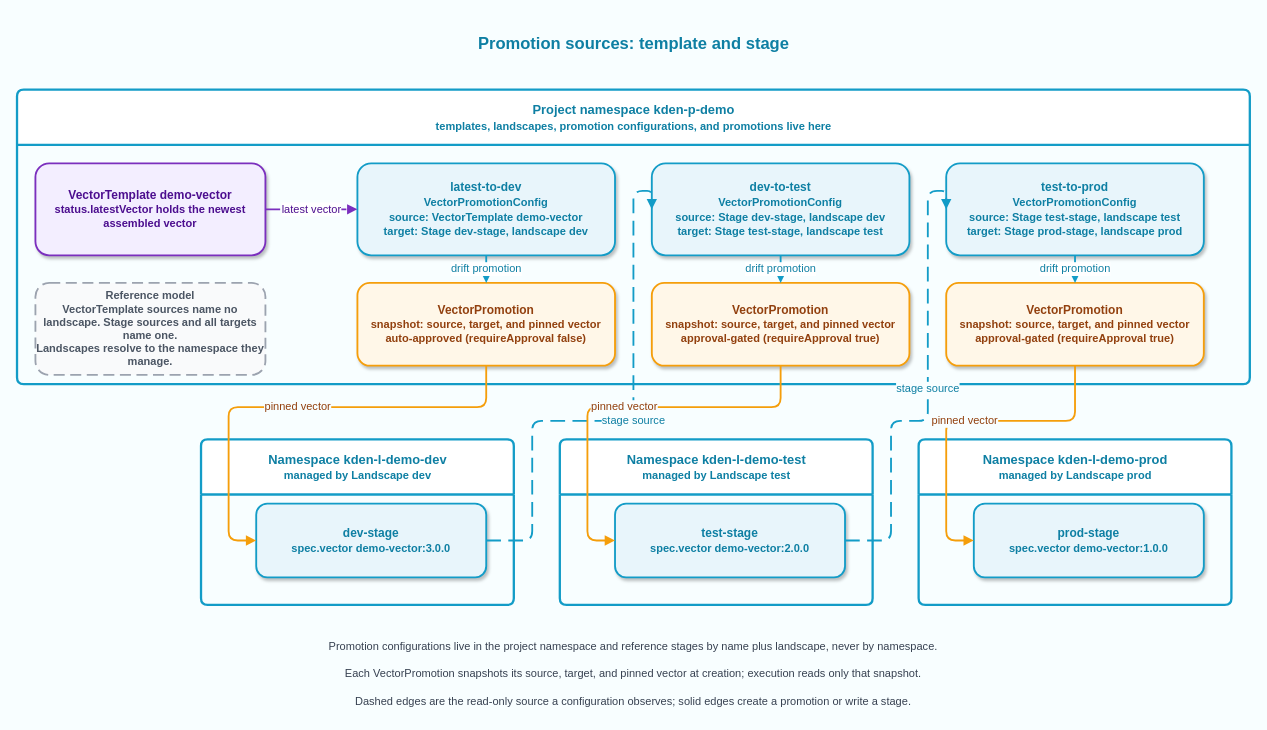
konfidence-project/konfidence-docs keeps this draw.io diagram as public/assets/diagrams/promotion-sources.drawio. Above is the earlier version. Source tidied: cells renumbered, new cells numbered last; positions are measured from the earlier drawing's top-left corner, leaving out a move shared by most shapes. Both pictures are drawn from the tidied source at 92%, with x=0, y=0 at pixel (17, 25).
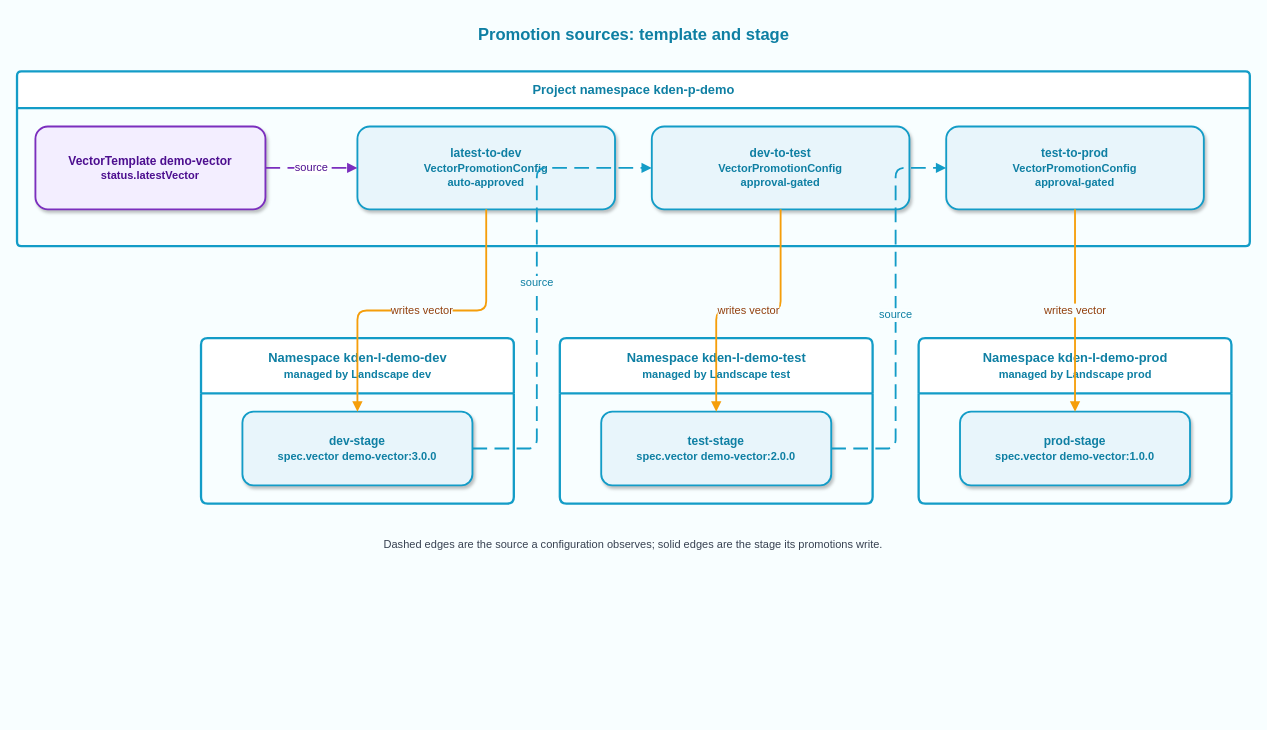
The same page after the edit.

Commit message (it also covers changes not shown here):
docs(core-concepts): address review on the promotions concept page

What changed in the source:
```diff
@@
     <mxCell id="2" value="&lt;b&gt;&lt;font style=&quot;font-size: 18px;&quot;&gt;Promotion sources: template and stage&lt;/font&gt;&lt;/b&gt;" style="text;html=1;strokeColor=none;fillColor=none;align=center;verticalAlign=middle;fontColor=#0E7FA3;" parent="1" vertex="1">
-      <mxGeometry x="430" width="480" height="40" as="geometry" />
+      <mxGeometry x="430" y="-10" width="480" height="40" as="geometry" />
     </mxCell>
-    <mxCell id="3" value="&lt;b&gt;Project namespace kden-p-demo&lt;/b&gt;&lt;div&gt;&lt;font style=&quot;font-size: 12px;&quot;&gt;templates, landscapes, promotion configurations, and promotions live here&lt;/font&gt;&lt;/div&gt;" style="swimlane;startSize=60;fillColor=#FFFFFF;strokeColor=#139CC7;strokeWidth=2.5;fontSize=14;fontColor=#0E7FA3;fontStyle=1;rounded=1;arcSize=4;html=1;" parent="1" vertex="1">
-      <mxGeometry y="70" width="1340" height="320" as="geometry" />
+    <mxCell id="3" value="&lt;b&gt;Project namespace kden-p-demo&lt;/b&gt;" style="swimlane;startSize=40;fillColor=#FFFFFF;strokeColor=#139CC7;strokeWidth=2.5;fontSize=14;fontColor=#0E7FA3;fontStyle=1;rounded=1;arcSize=4;html=1;" parent="1" vertex="1">
+      <mxGeometry y="50" width="1340" height="190" as="geometry" />
     </mxCell>
-    <mxCell id="4" value="&lt;b&gt;VectorTemplate demo-vector&lt;/b&gt;&lt;div&gt;&lt;font style=&quot;font-size: 12px;&quot;&gt;status.latestVector holds the newest assembled vector&lt;/font&gt;&lt;/div&gt;" style="rounded=1;arcSize=15;whiteSpace=wrap;html=1;fillColor=#F3EEFF;strokeColor=#7B2FBE;strokeWidth=2;fontSize=13;fontColor=#4C0E8F;fontStyle=1;shadow=1;" parent="3" vertex="1">
-      <mxGeometry x="20" y="80" width="250" height="100" as="geometry" />
+    <mxCell id="4" value="&lt;b&gt;VectorTemplate demo-vector&lt;/b&gt;&lt;div&gt;&lt;font style=&quot;font-size: 12px;&quot;&gt;status.latestVector&lt;/font&gt;&lt;/div&gt;" style="rounded=1;arcSize=15;whiteSpace=wrap;html=1;fillColor=#F3EEFF;strokeColor=#7B2FBE;strokeWidth=2;fontSize=13;fontColor=#4C0E8F;fontStyle=1;shadow=1;" parent="3" vertex="1">
+      <mxGeometry x="20" y="60" width="250" height="90" as="geometry" />
     </mxCell>
-    <mxCell id="5" value="&lt;b&gt;latest-to-dev&lt;/b&gt;&lt;div&gt;&lt;font style=&quot;font-size: 12px;&quot;&gt;VectorPromotionConfig&lt;/font&gt;&lt;/div&gt;&lt;div&gt;&lt;font style=&quot;font-size: 12px;&quot;&gt;source: VectorTemplate demo-vector&lt;/font&gt;&lt;/div&gt;&lt;div&gt;&lt;font style=&quot;font-size: 12px;&quot;&gt;target: Stage dev-stage, landscape dev&lt;/font&gt;&lt;/div&gt;" style="rounded=1;arcSize=15;whiteSpace=wrap;html=1;fillColor=#E8F5FB;strokeColor=#139CC7;strokeWidth=2;fontSize=13;fontColor=#0E7FA3;fontStyle=1;shadow=1;" parent="3" vertex="1">
-      <mxGeometry x="370" y="80" width="280" height="100" as="geometry" />
+    <mxCell id="5" value="&lt;b&gt;latest-to-dev&lt;/b&gt;&lt;div&gt;&lt;font style=&quot;font-size: 12px;&quot;&gt;VectorPromotionConfig&lt;/font&gt;&lt;/div&gt;&lt;div&gt;&lt;font style=&quot;font-size: 12px;&quot;&gt;auto-approved&lt;/font&gt;&lt;/div&gt;" style="rounded=1;arcSize=15;whiteSpace=wrap;html=1;fillColor=#E8F5FB;strokeColor=#139CC7;strokeWidth=2;fontSize=13;fontColor=#0E7FA3;fontStyle=1;shadow=1;" parent="3" vertex="1">
+      <mxGeometry x="370" y="60" width="280" height="90" as="geometry" />
     </mxCell>
-    <mxCell id="6" value="&lt;b&gt;dev-to-test&lt;/b&gt;&lt;div&gt;&lt;font style=&quot;font-size: 12px;&quot;&gt;VectorPromotionConfig&lt;/font&gt;&lt;/div&gt;&lt;div&gt;&lt;font style=&quot;font-size: 12px;&quot;&gt;source: Stage dev-stage, landscape dev&lt;/font&gt;&lt;/div&gt;&lt;div&gt;&lt;font style=&quot;font-size: 12px;&quot;&gt;target: Stage test-stage, landscape test&lt;/font&gt;&lt;/div&gt;" style="rounded=1;arcSize=15;whiteSpace=wrap;html=1;fillColor=#E8F5FB;strokeColor=#139CC7;strokeWidth=2;fontSize=13;fontColor=#0E7FA3;fontStyle=1;shadow=1;" parent="3" vertex="1">
-      <mxGeometry x="690" y="80" width="280" height="100" as="geometry" />
+    <mxCell id="6" value="&lt;b&gt;dev-to-test&lt;/b&gt;&lt;div&gt;&lt;font style=&quot;font-size: 12px;&quot;&gt;VectorPromotionConfig&lt;/font&gt;&lt;/div&gt;&lt;div&gt;&lt;font style=&quot;font-size: 12px;&quot;&gt;approval-gated&lt;/font&gt;&lt;/div&gt;" style="rounded=1;arcSize=15;whiteSpace=wrap;html=1;fillColor=#E8F5FB;strokeColor=#139CC7;strokeWidth=2;fontSize=13;fontColor=#0E7FA3;fontStyle=1;shadow=1;" parent="3" vertex="1">
+      <mxGeometry x="690" y="60" width="280" height="90" as="geometry" />
     </mxCell>
-    <mxCell id="7" value="&lt;b&gt;test-to-prod&lt;/b&gt;&lt;div&gt;&lt;font style=&quot;font-size: 12px;&quot;&gt;VectorPromotionConfig&lt;/font&gt;&lt;/div&gt;&lt;div&gt;&lt;font style=&quot;font-size: 12px;&quot;&gt;source: Stage test-stage, landscape test&lt;/font&gt;&lt;/div&gt;&lt;div&gt;&lt;font style=&quot;font-size: 12px;&quot;&gt;target: Stage prod-stage, landscape prod&lt;/font&gt;&lt;/div&gt;" style="rounded=1;arcSize=15;whiteSpace=wrap;html=1;fillColor=#E8F5FB;strokeColor=#139CC7;strokeWidth=2;fontSize=13;fontColor=#0E7FA3;fontStyle=1;shadow=1;" parent="3" vertex="1">
-      <mxGeometry x="1010" y="80" width="280" height="100" as="geometry" />
+    <mxCell id="7" value="&lt;b&gt;test-to-prod&lt;/b&gt;&lt;div&gt;&lt;font style=&quot;font-size: 12px;&quot;&gt;VectorPromotionConfig&lt;/font&gt;&lt;/div&gt;&lt;div&gt;&lt;font style=&quot;font-size: 12px;&quot;&gt;approval-gated&lt;/font&gt;&lt;/div&gt;" style="rounded=1;arcSize=15;whiteSpace=wrap;html=1;fillColor=#E8F5FB;strokeColor=#139CC7;strokeWidth=2;fontSize=13;fontColor=#0E7FA3;fontStyle=1;shadow=1;" parent="3" vertex="1">
+      <mxGeometry x="1010" y="60" width="280" height="90" as="geometry" />
     </mxCell>
-    <mxCell id="8" value="&lt;b&gt;Reference model&lt;/b&gt;&lt;div&gt;&lt;font style=&quot;font-size: 12px;&quot;&gt;VectorTemplate sources name no landscape. Stage sources and all targets name one.&lt;/font&gt;&lt;/div&gt;&lt;div&gt;&lt;font style=&quot;font-size: 12px;&quot;&gt;Landscapes resolve to the namespace they manage.&lt;/font&gt;&lt;/div&gt;" style="rounded=1;arcSize=15;whiteSpace=wrap;html=1;fillColor=#F9FAFB;strokeColor=#9CA3AF;strokeWidth=2;dashed=1;dashPattern=6 3;fontSize=12;fontColor=#4B5563;fontStyle=1;" parent="3" vertex="1">
-      <mxGeometry x="20" y="210" width="250" height="100" as="geometry" />
-    </mxCell>
-    <mxCell id="9" value="&lt;b&gt;VectorPromotion&lt;/b&gt;&lt;div&gt;&lt;font style=&quot;font-size: 12px;&quot;&gt;snapshot: source, target, and pinned vector&lt;/font&gt;&lt;/div&gt;&lt;div&gt;&lt;font style=&quot;font-size: 12px;&quot;&gt;auto-approved (requireApproval false)&lt;/font&gt;&lt;/div&gt;" style="rounded=1;arcSize=15;whiteSpace=wrap;html=1;fillColor=#FFF7E8;strokeColor=#F59E0B;strokeWidth=2;fontSize=13;fontColor=#92400E;fontStyle=1;shadow=1;" parent="3" vertex="1">
-      <mxGeometry x="370" y="210" width="280" height="90" as="geometry" />
-    </mxCell>
-    <mxCell id="10" value="&lt;b&gt;VectorPromotion&lt;/b&gt;&lt;div&gt;&lt;font style=&quot;font-size: 12px;&quot;&gt;snapshot: source, target, and pinned vector&lt;/font&gt;&lt;/div&gt;&lt;div&gt;&lt;font style=&quot;font-size: 12px;&quot;&gt;approval-gated (requireApproval true)&lt;/font&gt;&lt;/div&gt;" style="rounded=1;arcSize=15;whiteSpace=wrap;html=1;fillColor=#FFF7E8;strokeColor=#F59E0B;strokeWidth=2;fontSize=13;fontColor=#92400E;fontStyle=1;shadow=1;" parent="3" vertex="1">
-      <mxGeometry x="690" y="210" width="280" height="90" as="geometry" />
-    </mxCell>
-    <mxCell id="11" value="&lt;b&gt;VectorPromotion&lt;/b&gt;&lt;div&gt;&lt;font style=&quot;font-size: 12px;&quot;&gt;snapshot: source, target, and pinned vector&lt;/font&gt;&lt;/div&gt;&lt;div&gt;&lt;font style=&quot;font-size: 12px;&quot;&gt;approval-gated (requireApproval true)&lt;/font&gt;&lt;/div&gt;" style="rounded=1;arcSize=15;whiteSpace=wrap;html=1;fillColor=#FFF7E8;strokeColor=#F59E0B;strokeWidth=2;fontSize=13;fontColor=#92400E;fontStyle=1;shadow=1;" parent="3" vertex="1">
-      <mxGeometry x="1010" y="210" width="280" height="90" as="geometry" />
-    </mxCell>
     <mxCell id="12" value="&lt;b&gt;Namespace kden-l-demo-dev&lt;/b&gt;&lt;div&gt;&lt;font style=&quot;font-size: 12px;&quot;&gt;managed by Landscape dev&lt;/font&gt;&lt;/div&gt;" style="swimlane;startSize=60;fillColor=#FFFFFF;strokeColor=#139CC7;strokeWidth=2.5;fontSize=14;fontColor=#0E7FA3;fontStyle=1;rounded=1;arcSize=4;html=1;" parent="1" vertex="1">
-      <mxGeometry x="200" y="450" width="340" height="180" as="geometry" />
+      <mxGeometry x="200" y="340" width="340" height="180" as="geometry" />
     </mxCell>
     <mxCell id="13" value="&lt;b&gt;dev-stage&lt;/b&gt;&lt;div&gt;&lt;font style=&quot;font-size: 12px;&quot;&gt;spec.vector demo-vector:3.0.0&lt;/font&gt;&lt;/div&gt;" style="rounded=1;arcSize=15;whiteSpace=wrap;html=1;fillColor=#E8F5FB;strokeColor=#139CC7;strokeWidth=2;fontSize=13;fontColor=#0E7FA3;fontStyle=1;shadow=1;" parent="12" vertex="1">
-      <mxGeometry x="60" y="70" width="250" height="80" as="geometry" />
+      <mxGeometry x="45" y="80" width="250" height="80" as="geometry" />
     </mxCell>
     <mxCell id="14" value="&lt;b&gt;Namespace kden-l-demo-test&lt;/b&gt;&lt;div&gt;&lt;font style=&quot;font-size: 12px;&quot;&gt;managed by Landscape test&lt;/font&gt;&lt;/div&gt;" style="swimlane;startSize=60;fillColor=#FFFFFF;strokeColor=#139CC7;strokeWidth=2.5;fontSize=14;fontColor=#0E7FA3;fontStyle=1;rounded=1;arcSize=4;html=1;" parent="1" vertex="1">
-      <mxGeometry x="590" y="450" width="340" height="180" as="geometry" />
+      <mxGeometry x="590" y="340" width="340" height="180" as="geometry" />
     </mxCell>
     <mxCell id="15" value="&lt;b&gt;test-stage&lt;/b&gt;&lt;div&gt;&lt;font style=&quot;font-size: 12px;&quot;&gt;spec.vector demo-vector:2.0.0&lt;/font&gt;&lt;/div&gt;" style="rounded=1;arcSize=15;whiteSpace=wrap;html=1;fillColor=#E8F5FB;strokeColor=#139CC7;strokeWidth=2;fontSize=13;fontColor=#0E7FA3;fontStyle=1;shadow=1;" parent="14" vertex="1">
-      <mxGeometry x="60" y="70" width="250" height="80" as="geometry" />
+      <mxGeometry x="45" y="80" width="250" height="80" as="geometry" />
     </mxCell>
     <mxCell id="16" value="&lt;b&gt;Namespace kden-l-demo-prod&lt;/b&gt;&lt;div&gt;&lt;font style=&quot;font-size: 12px;&quot;&gt;managed by Landscape prod&lt;/font&gt;&lt;/div&gt;" style="swimlane;startSize=60;fillColor=#FFFFFF;strokeColor=#139CC7;strokeWidth=2.5;fontSize=14;fontColor=#0E7FA3;fontStyle=1;rounded=1;arcSize=4;html=1;" parent="1" vertex="1">
-      <mxGeometry x="980" y="450" width="340" height="180" as="geometry" />
+      <mxGeometry x="980" y="340" width="340" height="180" as="geometry" />
     </mxCell>
     <mxCell id="17" value="&lt;b&gt;prod-stage&lt;/b&gt;&lt;div&gt;&lt;font style=&quot;font-size: 12px;&quot;&gt;spec.vector demo-vector:1.0.0&lt;/font&gt;&lt;/div&gt;" style="rounded=1;arcSize=15;whiteSpace=wrap;html=1;fillColor=#E8F5FB;strokeColor=#139CC7;strokeWidth=2;fontSize=13;fontColor=#0E7FA3;fontStyle=1;shadow=1;" parent="16" vertex="1">
-      <mxGeometry x="60" y="70" width="250" height="80" as="geometry" />
+      <mxGeometry x="45" y="80" width="250" height="80" as="geometry" />
     </mxCell>
-    <mxCell id="18" value="latest vector" style="endArrow=block;endFill=1;dashed=1;dashPattern=8 4;strokeColor=#7B2FBE;strokeWidth=2;fontSize=12;fontColor=#4C0E8F;html=1;edgeStyle=orthogonalEdgeStyle;labelBackgroundColor=#FFFFFF;exitX=1;exitY=0.5;exitDx=0;exitDy=0;entryX=0;entryY=0.5;entryDx=0;entryDy=0;" parent="1" edge="1" source="4" target="5">
+    <mxCell id="18" value="source" style="endArrow=block;endFill=1;dashed=1;dashPattern=8 4;strokeColor=#7B2FBE;strokeWidth=2;fontSize=12;fontColor=#4C0E8F;html=1;edgeStyle=orthogonalEdgeStyle;labelBackgroundColor=#FFFFFF;exitX=1;exitY=0.5;exitDx=0;exitDy=0;entryX=0;entryY=0.5;entryDx=0;entryDy=0;" parent="1" edge="1" source="4" target="5">
       <mxGeometry relative="1" as="geometry" />
     </mxCell>
-    <mxCell id="19" value="drift promotion" style="endArrow=block;endFill=1;strokeColor=#139CC7;strokeWidth=2;fontSize=12;fontColor=#0E7FA3;html=1;edgeStyle=orthogonalEdgeStyle;labelBackgroundColor=#FFFFFF;exitX=0.5;exitY=1;exitDx=0;exitDy=0;entryX=0.5;entryY=0;entryDx=0;entryDy=0;" parent="1" edge="1" source="5" target="9">
-      <mxGeometry relative="1" as="geometry" />
-    </mxCell>
-    <mxCell id="20" value="pinned vector" style="endArrow=block;endFill=1;strokeColor=#F59E0B;strokeWidth=2;fontSize=12;fontColor=#92400E;html=1;edgeStyle=orthogonalEdgeStyle;rounded=1;labelBackgroundColor=#F8FEFF;exitX=0.5;exitY=1;exitDx=0;exitDy=0;entryX=0;entryY=0.5;entryDx=0;entryDy=0;" parent="1" edge="1" source="9" target="13">
-      <mxGeometry relative="1" as="geometry">
-        <Array as="points">
-          <mxPoint x="510" y="415" />
-          <mxPoint x="230" y="415" />
-        </Array>
-      </mxGeometry>
-    </mxCell>
+    <mxCell id="30" value="writes vector" style="endArrow=block;endFill=1;strokeColor=#F59E0B;strokeWidth=2;fontSize=12;fontColor=#92400E;html=1;edgeStyle=orthogonalEdgeStyle;rounded=1;labelBackgroundColor=#F8FEFF;exitX=0.5;exitY=1;exitDx=0;exitDy=0;entryX=0.5;entryY=0;entryDx=0;entryDy=0;" parent="1" edge="1" source="5" target="13">
+      <mxGeometry relative="1" as="geometry" />
+    </mxCell>
-    <mxCell id="21" value="stage source" style="endArrow=block;endFill=1;dashed=1;dashPattern=8 4;strokeColor=#139CC7;strokeWidth=2;fontSize=12;fontColor=#0E7FA3;html=1;edgeStyle=orthogonalEdgeStyle;rounded=1;labelBackgroundColor=#F8FEFF;exitX=1;exitY=0.5;exitDx=0;exitDy=0;entryX=0;entryY=0.5;entryDx=0;entryDy=0;" parent="1" edge="1" source="13" target="6">
+    <mxCell id="21" value="source" style="endArrow=block;endFill=1;dashed=1;dashPattern=8 4;strokeColor=#139CC7;strokeWidth=2;fontSize=12;fontColor=#0E7FA3;html=1;edgeStyle=orthogonalEdgeStyle;rounded=1;labelBackgroundColor=#F8FEFF;exitX=1;exitY=0.5;exitDx=0;exitDy=0;entryX=0;entryY=0.5;entryDx=0;entryDy=0;" parent="1" edge="1" source="13" target="6">
       <mxGeometry relative="1" as="geometry">
         <Array as="points">
-          <mxPoint x="560" y="560" />
-          <mxPoint x="560" y="430" />
-          <mxPoint x="670" y="430" />
-          <mxPoint x="670" y="180" />
+          <mxPoint x="565" y="460" />
+          <mxPoint x="565" y="155" />
         </Array>
       </mxGeometry>
     </mxCell>
-    <mxCell id="22" value="drift promotion" style="endArrow=block;endFill=1;strokeColor=#139CC7;strokeWidth=2;fontSize=12;fontColor=#0E7FA3;html=1;edgeStyle=orthogonalEdgeStyle;labelBackgroundColor=#FFFFFF;exitX=0.5;exitY=1;exitDx=0;exitDy=0;entryX=0.5;entryY=0;entryDx=0;entryDy=0;" parent="1" edge="1" source="6" target="10">
-      <mxGeometry relative="1" as="geometry" />
-    </mxCell>
-    <mxCell id="23" value="pinned vector" style="endArrow=block;endFill=1;strokeColor=#F59E0B;strokeWidth=2;fontSize=12;fontColor=#92400E;html=1;edgeStyle=orthogonalEdgeStyle;rounded=1;labelBackgroundColor=#F8FEFF;exitX=0.5;exitY=1;exitDx=0;exitDy=0;entryX=0;entryY=0.5;entryDx=0;entryDy=0;" parent="1" edge="1" source="10" target="15">
-      <mxGeometry relative="1" as="geometry">
-        <Array as="points">
-          <mxPoint x="830" y="415" />
-          <mxPoint x="620" y="415" />
-        </Array>
-      </mxGeometry>
-    </mxCell>
+    <mxCell id="31" value="writes vector" style="endArrow=block;endFill=1;strokeColor=#F59E0B;strokeWidth=2;fontSize=12;fontColor=#92400E;html=1;edgeStyle=orthogonalEdgeStyle;rounded=1;labelBackgroundColor=#F8FEFF;exitX=0.5;exitY=1;exitDx=0;exitDy=0;entryX=0.5;entryY=0;entryDx=0;entryDy=0;" parent="1" edge="1" source="6" target="15">
+      <mxGeometry relative="1" as="geometry" />
+    </mxCell>
-    <mxCell id="24" value="stage source" style="endArrow=block;endFill=1;dashed=1;dashPattern=8 4;strokeColor=#139CC7;strokeWidth=2;fontSize=12;fontColor=#0E7FA3;html=1;edgeStyle=orthogonalEdgeStyle;rounded=1;labelBackgroundColor=#F8FEFF;exitX=1;exitY=0.5;exitDx=0;exitDy=0;entryX=0;entryY=0.5;entryDx=0;entryDy=0;" parent="1" edge="1" source="15" target="7">
+    <mxCell id="24" value="source" style="endArrow=block;endFill=1;dashed=1;dashPattern=8 4;strokeColor=#139CC7;strokeWidth=2;fontSize=12;fontColor=#0E7FA3;html=1;edgeStyle=orthogonalEdgeStyle;rounded=1;labelBackgroundColor=#F8FEFF;exitX=1;exitY=0.5;exitDx=0;exitDy=0;entryX=0;entryY=0.5;entryDx=0;entryDy=0;" parent="1" edge="1" source="15" target="7">
       <mxGeometry relative="1" as="geometry">
         <Array as="points">
-          <mxPoint x="950" y="560" />
-          <mxPoint x="950" y="430" />
-          <mxPoint x="990" y="430" />
-          <mxPoint x="990" y="180" />
+          <mxPoint x="955" y="460" />
+          <mxPoint x="955" y="155" />
         </Array>
       </mxGeometry>
     </mxCell>
-    <mxCell id="25" value="drift promotion" style="endArrow=block;endFill=1;strokeColor=#139CC7;strokeWidth=2;fontSize=12;fontColor=#0E7FA3;html=1;edgeStyle=orthogonalEdgeStyle;labelBackgroundColor=#FFFFFF;exitX=0.5;exitY=1;exitDx=0;exitDy=0;entryX=0.5;entryY=0;entryDx=0;entryDy=0;" parent="1" edge="1" source="7" target="11">
-      <mxGeometry relative="1" as="geometry" />
-    </mxCell>
-    <mxCell id="26" value="pinned vector" style="endArrow=block;endFill=1;strokeColor=#F59E0B;strokeWidth=2;fontSize=12;fontColor=#92400E;html=1;edgeStyle=orthogonalEdgeStyle;rounded=1;labelBackgroundColor=#F8FEFF;exitX=0.5;exitY=1;exitDx=0;exitDy=0;entryX=0;entryY=0.5;entryDx=0;entryDy=0;" parent="1" edge="1" source="11" target="17">
-      <mxGeometry relative="1" as="geometry">
-        <Array as="points">
-          <mxPoint x="1150" y="430" />
-          <mxPoint x="1010" y="430" />
-        </Array>
-      </mxGeometry>
-    </mxCell>
-    <mxCell id="27" value="Promotion configurations live in the project namespace and reference stages by name plus landscape, never by namespace." style="text;html=1;whiteSpace=wrap;strokeColor=none;fillColor=none;align=center;verticalAlign=middle;rounded=0;fontSize=12;fontColor=#374151;" parent="1" vertex="1">
-      <mxGeometry y="660" width="1340" height="30" as="geometry" />
-    </mxCell>
-    <mxCell id="28" value="Each VectorPromotion snapshots its source, target, and pinned vector at creation; execution reads only that snapshot." style="text;html=1;whiteSpace=wrap;strokeColor=none;fillColor=none;align=center;verticalAlign=middle;rounded=0;fontSize=12;fontColor=#374151;" parent="1" vertex="1">
-      <mxGeometry y="690" width="1340" height="30" as="geometry" />
-    </mxCell>
+    <mxCell id="32" value="writes vector" style="endArrow=block;endFill=1;strokeColor=#F59E0B;strokeWidth=2;fontSize=12;fontColor=#92400E;html=1;edgeStyle=orthogonalEdgeStyle;rounded=1;labelBackgroundColor=#F8FEFF;exitX=0.5;exitY=1;exitDx=0;exitDy=0;entryX=0.5;entryY=0;entryDx=0;entryDy=0;" parent="1" edge="1" source="7" target="17">
+      <mxGeometry relative="1" as="geometry" />
+    </mxCell>
-    <mxCell id="29" value="Dashed edges are the read-only source a configuration observes; solid edges create a promotion or write a stage." style="text;html=1;whiteSpace=wrap;strokeColor=none;fillColor=none;align=center;verticalAlign=middle;rounded=0;fontSize=12;fontColor=#374151;" parent="1" vertex="1">
-      <mxGeometry y="720" width="1340" height="30" as="geometry" />
+    <mxCell id="29" value="Dashed edges are the source a configuration observes; solid edges are the stage its promotions write." style="text;html=1;whiteSpace=wrap;strokeColor=none;fillColor=none;align=center;verticalAlign=middle;rounded=0;fontSize=12;fontColor=#374151;" parent="1" vertex="1">
+      <mxGeometry y="550" width="1340" height="30" as="geometry" />
     </mxCell>
```
